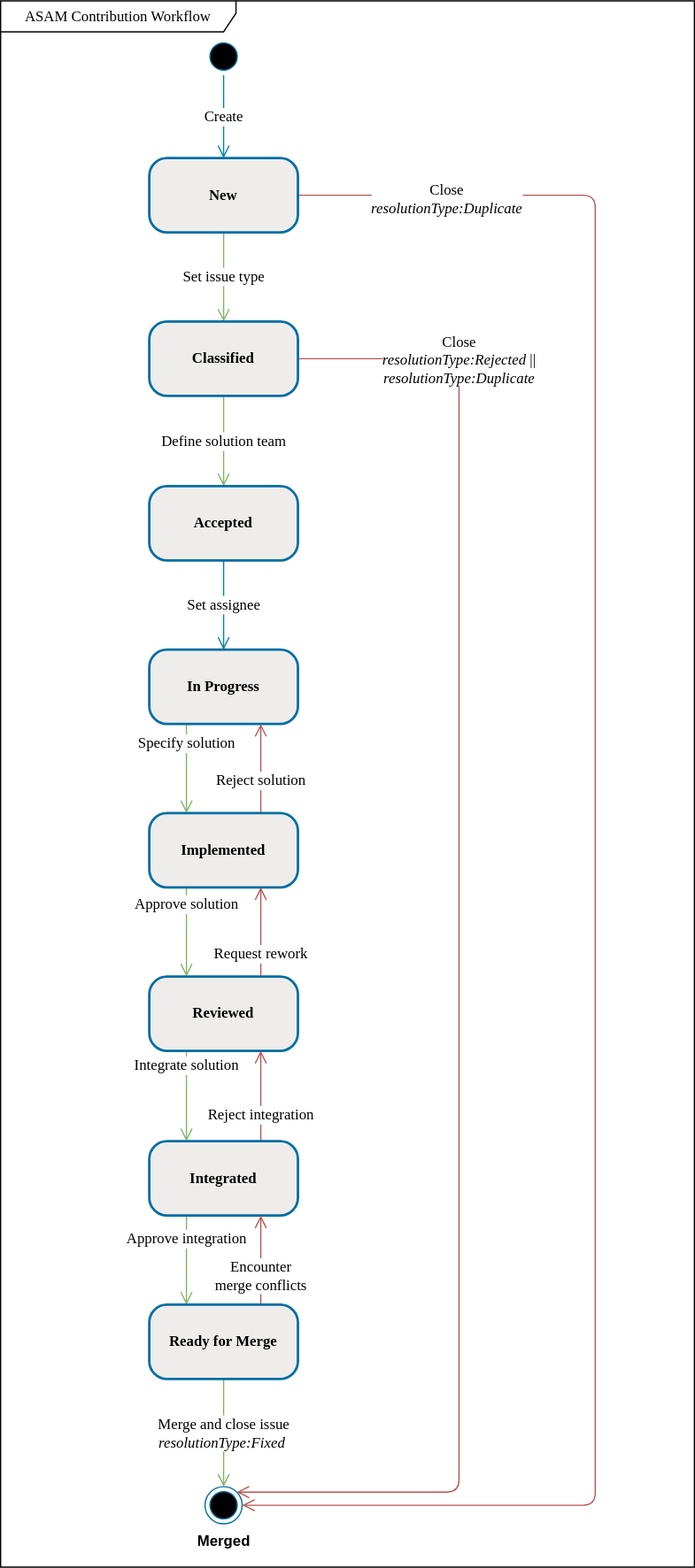
Above: content/modules/tour_guide/assets/images/workflow/asam_contribution_workflow-StateDiagram.drawio.svg in asam-ev/asam-project-guide-content (draw.io), before the change. Source tidied: cells renumbered, new cells last; positions are measured from the earlier drawing's top-left corner, leaving out a move shared by most shapes.
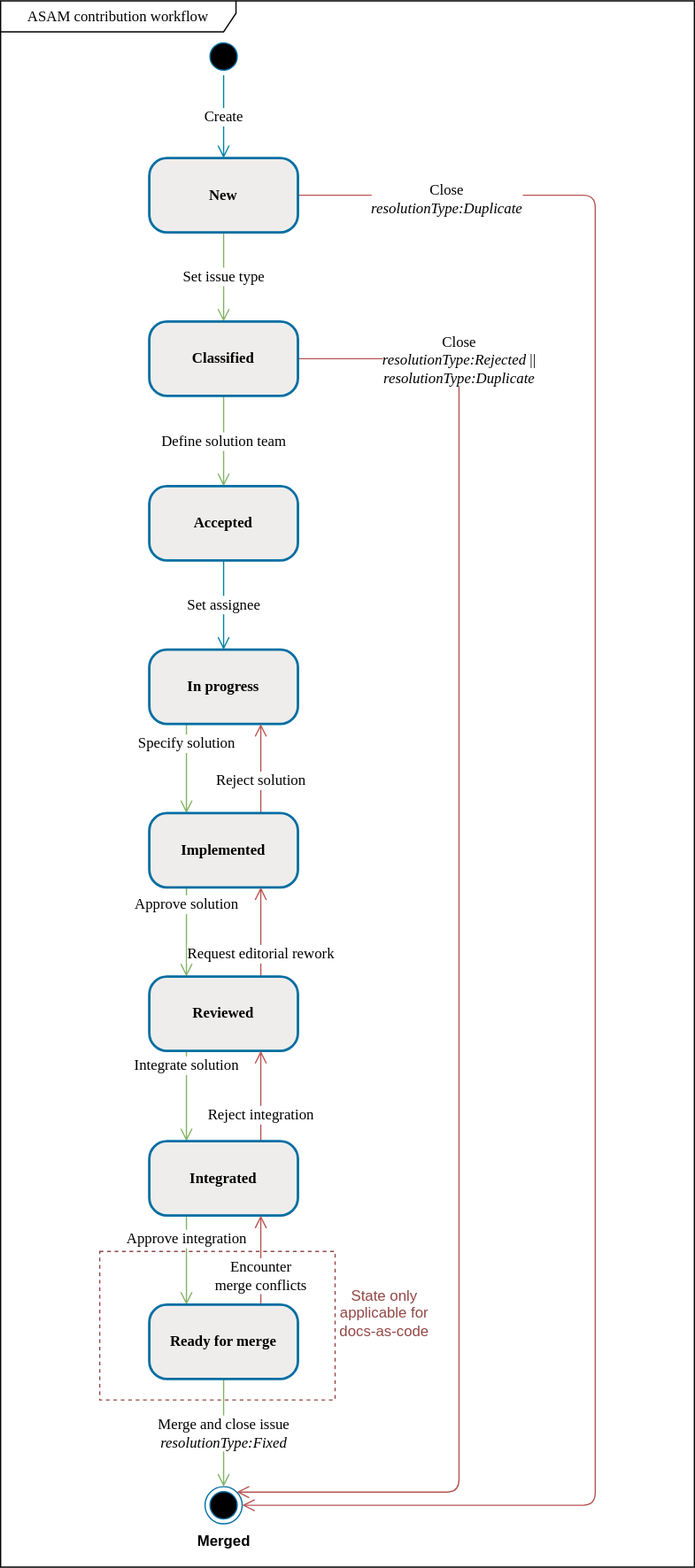
Above is the later version.

Commit message:
address comments on contribution workflow

Diff of the diagram source:
```diff
@@ -2,7 +2,7 @@
   <root>
     <mxCell id="0" />
     <mxCell id="1" parent="0" />
-    <mxCell id="2" value="ASAM Contribution Workflow" style="shape=umlFrame;whiteSpace=wrap;html=1;rounded=1;shadow=0;comic=0;labelBackgroundColor=none;strokeWidth=1;fontFamily=Verdana;fontSize=12;align=center;width=190;height=25;" parent="1" vertex="1">
+    <mxCell id="2" value="ASAM contribution workflow" style="shape=umlFrame;whiteSpace=wrap;html=1;rounded=1;shadow=0;comic=0;labelBackgroundColor=none;strokeWidth=1;fontFamily=Verdana;fontSize=12;align=center;width=190;height=25;" parent="1" vertex="1">
       <mxGeometry width="560" height="1265" as="geometry" />
     </mxCell>
     <mxCell id="3" style="ellipse;html=1;shape=startState;fillColor=#000000;strokeColor=#006EA2;rounded=1;shadow=0;comic=0;labelBackgroundColor=none;fontFamily=Verdana;fontSize=12;fontColor=#000000;align=center;direction=south;" parent="1" vertex="1">
@@ -53,7 +53,7 @@
         </Array>
       </mxGeometry>
     </mxCell>
-    <mxCell id="14" value="In Progress" style="rounded=1;whiteSpace=wrap;html=1;arcSize=24;fillColor=#EFEDEB;strokeColor=#006EA2;shadow=0;comic=0;labelBackgroundColor=none;fontFamily=Verdana;fontSize=12;fontColor=#000000;align=center;strokeWidth=2;fontStyle=1;" parent="1" vertex="1">
+    <mxCell id="14" value="In progress" style="rounded=1;whiteSpace=wrap;html=1;arcSize=24;fillColor=#EFEDEB;strokeColor=#006EA2;shadow=0;comic=0;labelBackgroundColor=none;fontFamily=Verdana;fontSize=12;fontColor=#000000;align=center;strokeWidth=2;fontStyle=1;" parent="1" vertex="1">
       <mxGeometry x="120" y="524" width="120" height="60" as="geometry" />
     </mxCell>
     <mxCell id="15" value="Approve solution" style="edgeStyle=orthogonalEdgeStyle;rounded=1;jettySize=auto;html=1;labelBackgroundColor=default;endArrow=open;fontSize=12;fontFamily=Verdana;align=center;strokeColor=#82b366;endSize=8;exitX=0.25;exitY=1;exitDx=0;exitDy=0;entryX=0.25;entryY=0;entryDx=0;entryDy=0;fillColor=#d5e8d4;" parent="1" edge="1" source="17" target="20">
@@ -73,7 +73,7 @@
     <mxCell id="18" value="Integrate solution" style="edgeStyle=orthogonalEdgeStyle;rounded=1;jettySize=auto;html=1;labelBackgroundColor=default;endArrow=open;fontSize=12;fontFamily=Verdana;align=center;strokeColor=#82b366;endSize=8;exitX=0.25;exitY=1;exitDx=0;exitDy=0;entryX=0.25;entryY=0;entryDx=0;entryDy=0;fillColor=#d5e8d4;" parent="1" edge="1" source="20" target="23">
       <mxGeometry x="-0.67" relative="1" as="geometry" />
     </mxCell>
-    <mxCell id="19" value="Request rework" style="edgeStyle=orthogonalEdgeStyle;rounded=1;jettySize=auto;html=1;exitX=0.75;exitY=0;exitDx=0;exitDy=0;entryX=0.75;entryY=1;entryDx=0;entryDy=0;labelBackgroundColor=default;strokeColor=#b85450;endArrow=open;endFill=0;fontSize=12;fontFamily=Verdana;endSize=8;fillColor=#f8cecc;" parent="1" edge="1" source="20" target="17">
+    <mxCell id="19" value="Request editorial rework" style="edgeStyle=orthogonalEdgeStyle;rounded=1;jettySize=auto;html=1;exitX=0.75;exitY=0;exitDx=0;exitDy=0;entryX=0.75;entryY=1;entryDx=0;entryDy=0;labelBackgroundColor=default;strokeColor=#b85450;endArrow=open;endFill=0;fontSize=12;fontFamily=Verdana;endSize=8;fillColor=#f8cecc;" parent="1" edge="1" source="20" target="17">
       <mxGeometry x="-0.5" relative="1" as="geometry">
         <Array as="points">
           <mxPoint x="210" y="770" />
@@ -109,11 +109,17 @@
     <mxCell id="25" value="Encounter&lt;br&gt;merge conflicts" style="edgeStyle=orthogonalEdgeStyle;rounded=1;jettySize=auto;html=1;exitX=0.75;exitY=0;exitDx=0;exitDy=0;entryX=0.75;entryY=1;entryDx=0;entryDy=0;labelBackgroundColor=default;strokeColor=#b85450;endArrow=open;endFill=0;fontSize=12;fontFamily=Verdana;endSize=8;fillColor=#f8cecc;" parent="1" edge="1" source="26" target="23">
       <mxGeometry x="-0.36" relative="1" as="geometry" />
     </mxCell>
-    <mxCell id="26" value="Ready for Merge" style="whiteSpace=wrap;html=1;fontFamily=Verdana;fillColor=#EFEDEB;strokeColor=#006EA2;fontColor=#000000;rounded=1;arcSize=24;shadow=0;comic=0;labelBackgroundColor=none;strokeWidth=2;fontStyle=1;" parent="1" vertex="1">
+    <mxCell id="26" value="Ready for merge" style="whiteSpace=wrap;html=1;fontFamily=Verdana;fillColor=#EFEDEB;strokeColor=#006EA2;fontColor=#000000;rounded=1;arcSize=24;shadow=0;comic=0;labelBackgroundColor=none;strokeWidth=2;fontStyle=1;" parent="1" vertex="1">
       <mxGeometry x="120" y="1053" width="120" height="60" as="geometry" />
     </mxCell>
     <mxCell id="27" value="Merged" style="ellipse;html=1;shape=endState;fillColor=#000000;strokeColor=#006EA2;verticalAlign=top;labelPosition=center;verticalLabelPosition=bottom;align=center;fontStyle=1;" parent="1" vertex="1">
       <mxGeometry x="165" y="1200" width="30" height="30" as="geometry" />
     </mxCell>
+    <mxCell id="28" style="rounded=0;whiteSpace=wrap;html=1;fillColor=none;dashed=1;strokeColor=#934746;" parent="1" vertex="1">
+      <mxGeometry x="80" y="1010" width="190" height="120" as="geometry" />
+    </mxCell>
+    <mxCell id="29" value="State only applicable for docs-as-code" style="text;html=1;strokeColor=none;fillColor=none;align=center;verticalAlign=middle;whiteSpace=wrap;rounded=0;dashed=1;fontColor=#934746;" parent="1" vertex="1">
+      <mxGeometry x="270" y="1040" width="80" height="40" as="geometry" />
+    </mxCell>
   </root>
 </mxGraphModel>
```
